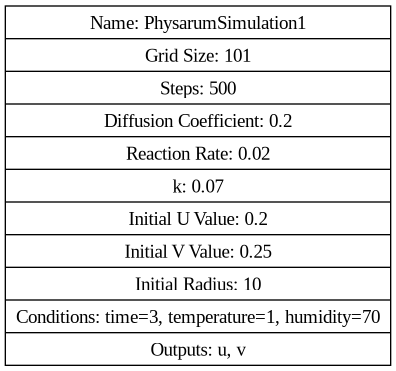
Before: 21/physarum.dot.png, a diagram exported from Graphviz (biokomputer/dsl). Its source is kept beside it as 22/physarum.dot.
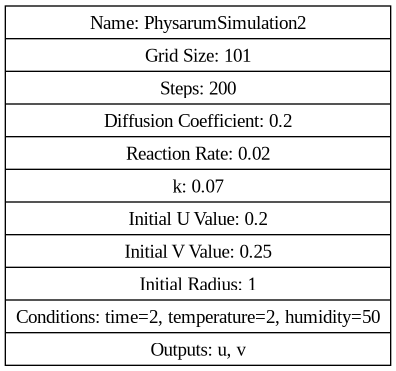
After the change.

Diff of the diagram source:
```diff
@@ -3,14 +3,14 @@
         "Simulation" [label="{
             Name: PhysarumSimulation2 |
             Grid Size: 101 |
-            Steps: 500 |
+            Steps: 200 |
             Diffusion Coefficient: 0.2 |
             Reaction Rate: 0.02 |
             k: 0.07 |
             Initial U Value: 0.2 |
             Initial V Value: 0.25 |
-            Initial Radius: 10 |
-            Conditions: time=60, temperature=30, humidity=90 |
+            Initial Radius: 1 |
+            Conditions: time=2, temperature=3, humidity=50 |
             Outputs: u, v
         }"];
     }
```
